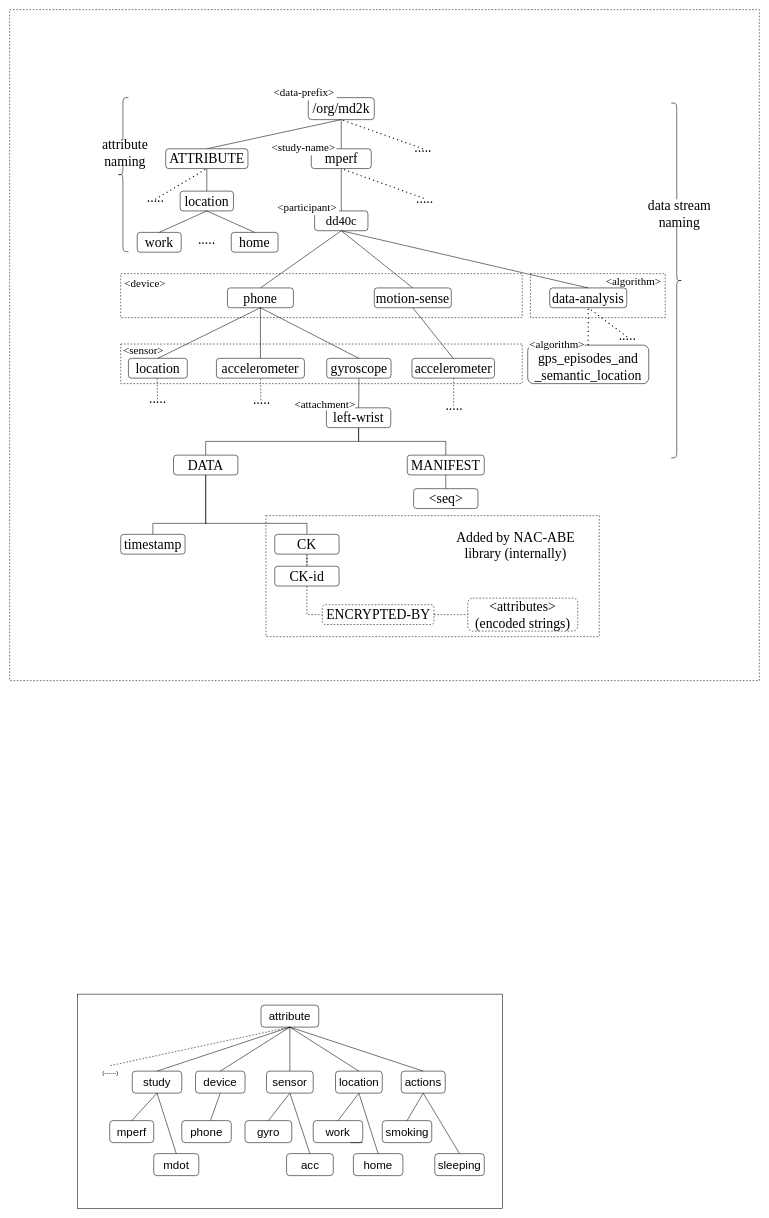
The draw.io diagram page "Namespace" (2 of 5) of docs/Copy of mGuard .drawio in dulalsaurab/new-mguard, before the edit. Source tidied: cells renumbered, new cells numbered last; positions are measured from the earlier drawing's top-left corner, leaving out a move shared by most shapes. Both pictures are drawn from the tidied source at 55%, with x=0, y=0 at pixel (9, 9).
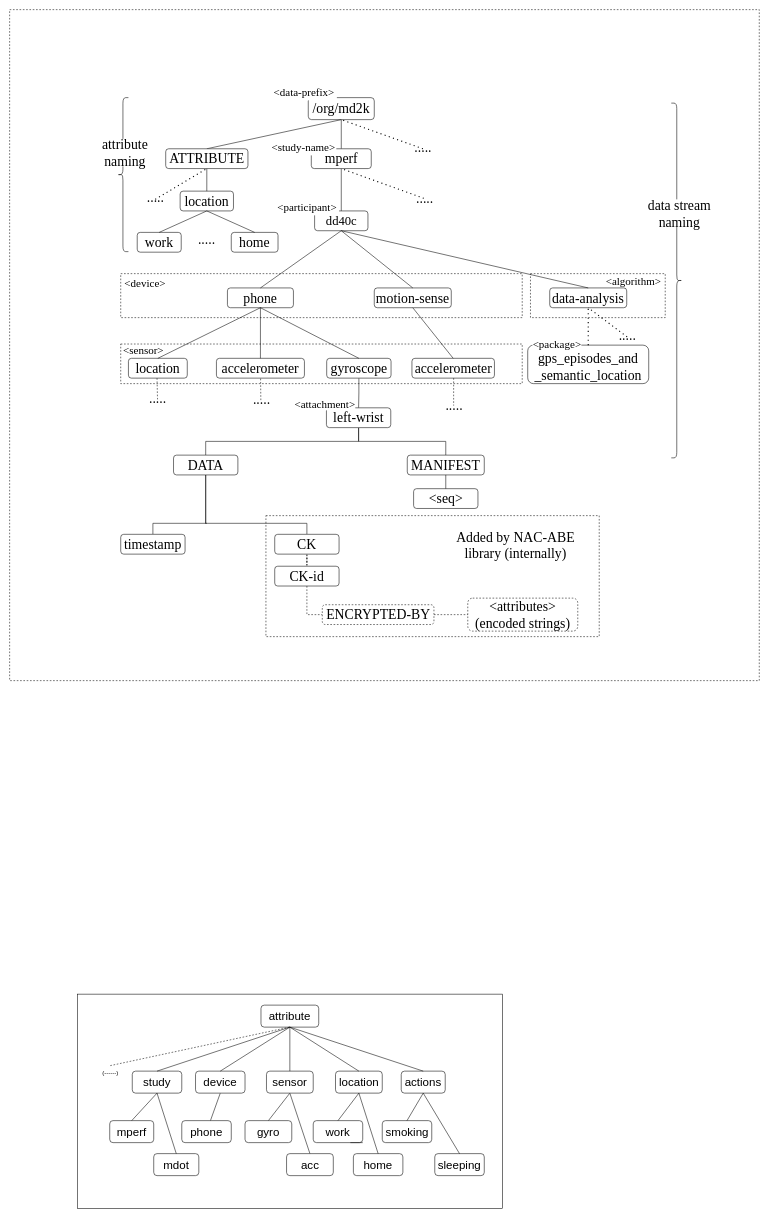
After the change.

Change to the diagram source:
```diff
@@
-    <mxCell id="116" value="&lt;font style=&quot;font-size: 20px;&quot;&gt;&lt;span style=&quot;font-size: 20px;&quot;&gt;&amp;lt;algorithm&amp;gt;&lt;/span&gt;&lt;/font&gt;" style="text;html=1;strokeColor=none;fillColor=none;align=center;verticalAlign=middle;whiteSpace=wrap;rounded=0;dashed=1;fontStyle=0;fontFamily=Times New Roman;fontSize=20;labelBackgroundColor=default;" parent="1" vertex="1">
+    <mxCell id="116" value="&lt;font style=&quot;font-size: 20px;&quot;&gt;&lt;span style=&quot;font-size: 20px;&quot;&gt;&amp;lt;package&amp;gt;&lt;/span&gt;&lt;/font&gt;" style="text;html=1;strokeColor=none;fillColor=none;align=center;verticalAlign=middle;whiteSpace=wrap;rounded=0;dashed=1;fontStyle=0;fontFamily=Times New Roman;fontSize=20;labelBackgroundColor=default;" parent="1" vertex="1">
       <mxGeometry x="946" y="594.5" width="99" height="27" as="geometry" />
     </mxCell>
```
